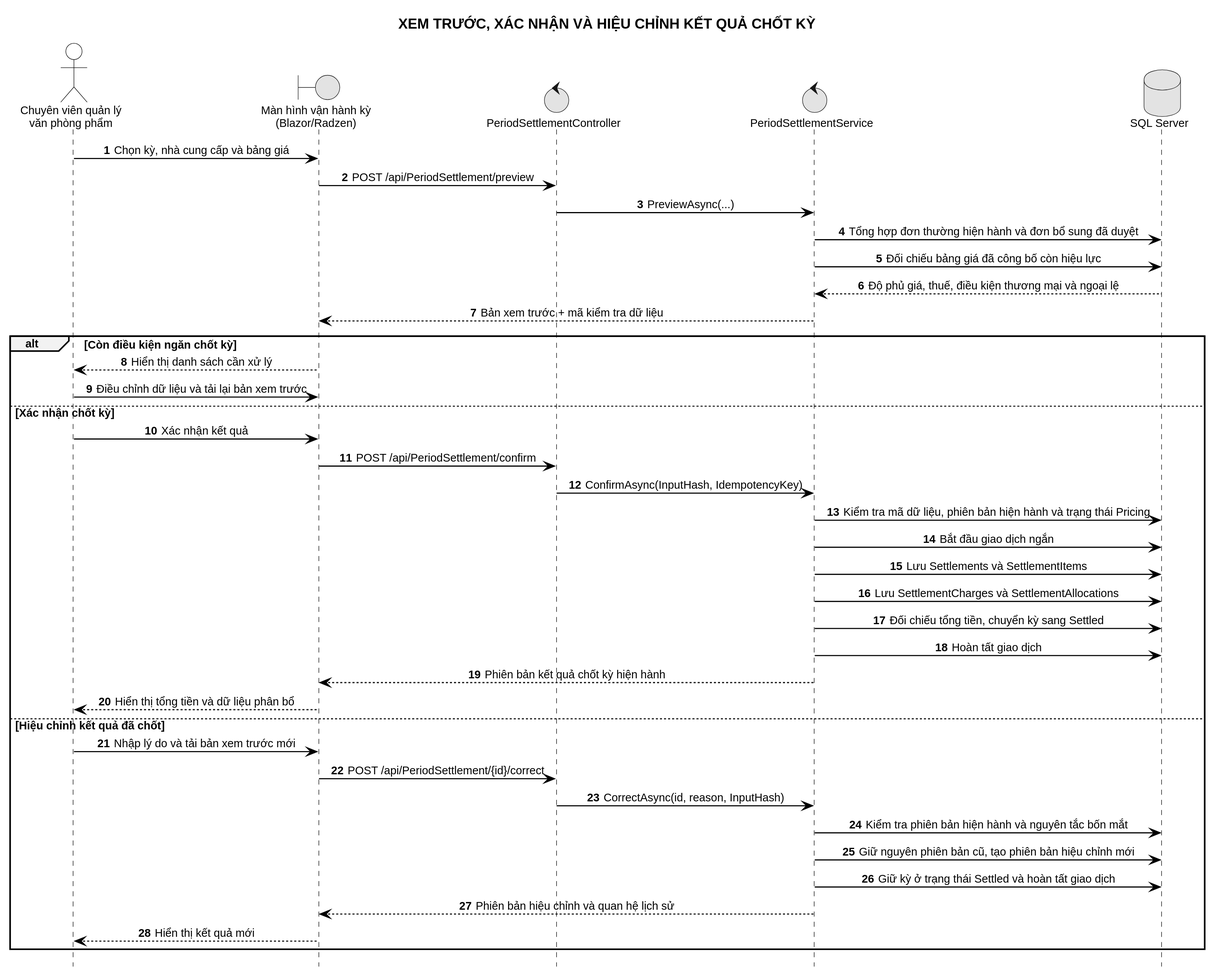
The PlantUML diagram LVTN/diagrams/ch03/sequence-settle-period.svg in Miikey24s/gtas_vpp, before a commit.
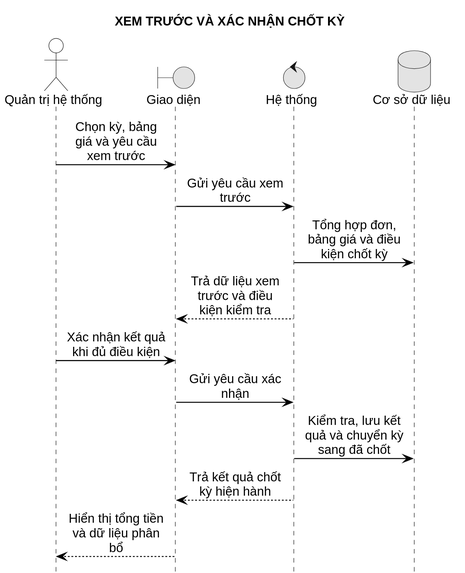
The same file after the commit.

What changed in the source:
```diff
@@ -1,44 +1,19 @@
 @startuml
 !include ../common/sequence-style.puml
-title XEM TRƯỚC, XÁC NHẬN VÀ HIỆU CHỈNH KẾT QUẢ CHỐT KỲ
+title XEM TRƯỚC VÀ XÁC NHẬN CHỐT KỲ
 
-actor "Chuyên viên quản lý\nvăn phòng phẩm" as Manager
-boundary "Màn hình vận hành kỳ\n(Blazor/Radzen)" as FE
-control "PeriodSettlementController" as API
-control "PeriodSettlementService" as Service
-database "SQL Server" as DB
+actor "Quản trị hệ thống" as Manager
+boundary "Giao diện" as UI
+control "Hệ thống" as System
+database "Cơ sở dữ liệu" as DB
 
-Manager -> FE : Chọn kỳ, nhà cung cấp và bảng giá
-FE -> API : POST /api/PeriodSettlement/preview
-API -> Service : PreviewAsync(...)
-Service -> DB : Tổng hợp đơn thường hiện hành và đơn bổ sung đã duyệt
-Service -> DB : Đối chiếu bảng giá đã công bố còn hiệu lực
-DB --> Service : Độ phủ giá, thuế, điều kiện thương mại và ngoại lệ
-Service --> FE : Bản xem trước + mã kiểm tra dữ liệu
-
-alt Còn điều kiện ngăn chốt kỳ
-  FE --> Manager : Hiển thị danh sách cần xử lý
-  Manager -> FE : Điều chỉnh dữ liệu và tải lại bản xem trước
-else Xác nhận chốt kỳ
-  Manager -> FE : Xác nhận kết quả
-  FE -> API : POST /api/PeriodSettlement/confirm
-  API -> Service : ConfirmAsync(InputHash, IdempotencyKey)
-  Service -> DB : Kiểm tra mã dữ liệu, phiên bản hiện hành và trạng thái Pricing
-  Service -> DB : Bắt đầu giao dịch ngắn
-  Service -> DB : Lưu Settlements và SettlementItems
-  Service -> DB : Lưu SettlementCharges và SettlementAllocations
-  Service -> DB : Đối chiếu tổng tiền, chuyển kỳ sang Settled
-  Service -> DB : Hoàn tất giao dịch
-  Service --> FE : Phiên bản kết quả chốt kỳ hiện hành
-  FE --> Manager : Hiển thị tổng tiền và dữ liệu phân bổ
-else Hiệu chỉnh kết quả đã chốt
-  Manager -> FE : Nhập lý do và tải bản xem trước mới
-  FE -> API : POST /api/PeriodSettlement/{id}/correct
-  API -> Service : CorrectAsync(id, reason, InputHash)
-  Service -> DB : Kiểm tra phiên bản hiện hành và nguyên tắc bốn mắt
-  Service -> DB : Giữ nguyên phiên bản cũ, tạo phiên bản hiệu chỉnh mới
-  Service -> DB : Giữ kỳ ở trạng thái Settled và hoàn tất giao dịch
-  Service --> FE : Phiên bản hiệu chỉnh và quan hệ lịch sử
-  FE --> Manager : Hiển thị kết quả mới
-end
+Manager -> UI : Chọn kỳ, bảng giá và yêu cầu xem trước
+UI -> System : Gửi yêu cầu xem trước
+System -> DB : Tổng hợp đơn, bảng giá và điều kiện chốt kỳ
+System --> UI : Trả dữ liệu xem trước và điều kiện kiểm tra
+Manager -> UI : Xác nhận kết quả khi đủ điều kiện
+UI -> System : Gửi yêu cầu xác nhận
+System -> DB : Kiểm tra, lưu kết quả và chuyển kỳ sang đã chốt
+System --> UI : Trả kết quả chốt kỳ hiện hành
+UI --> Manager : Hiển thị tổng tiền và dữ liệu phân bổ
 @enduml
```
